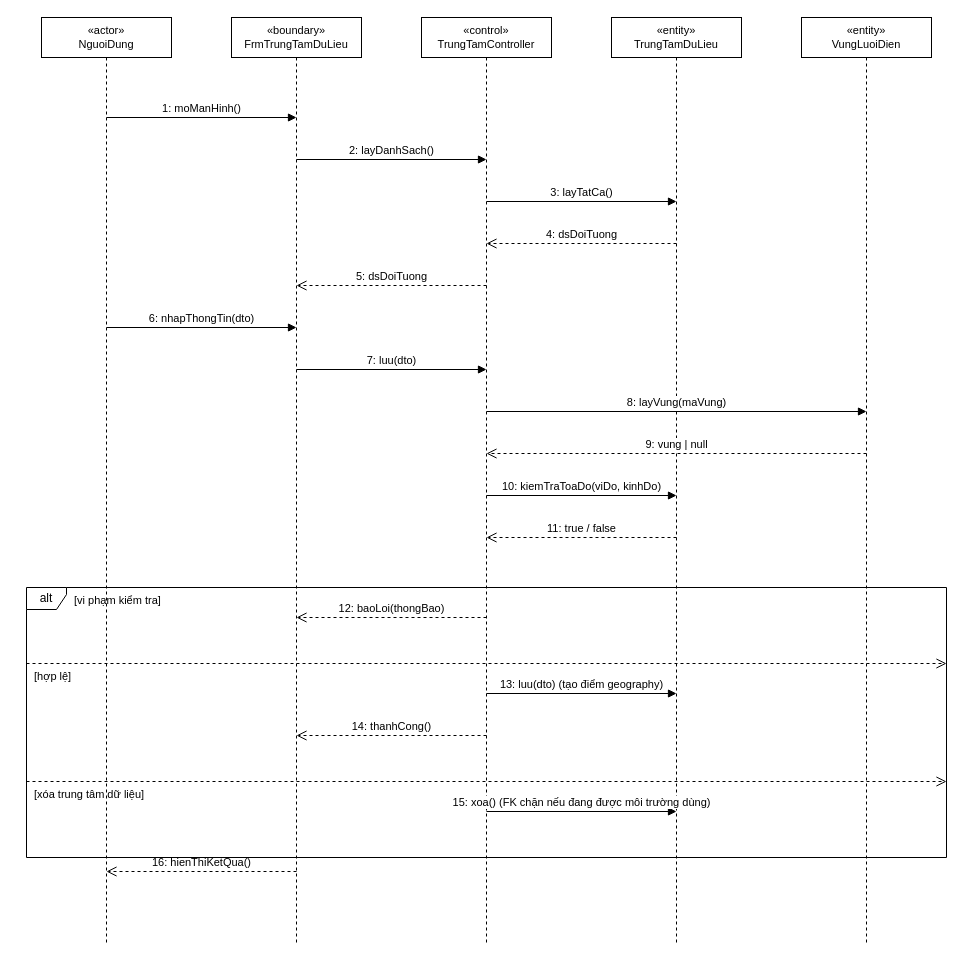
Before: docs/diagrams/03_TuanTu/UC_GD_007_Sequence_QuanLyTrungTamDuLieu.drawio in TranThienNhan8279/GreenDash, a draw.io diagram. Source tidied: cells renumbered, new cells numbered last; positions are measured from the earlier drawing's top-left corner, leaving out a move shared by most shapes. Both pictures are drawn from the tidied source at 100%, with x=0, y=0 at pixel (26, 17).
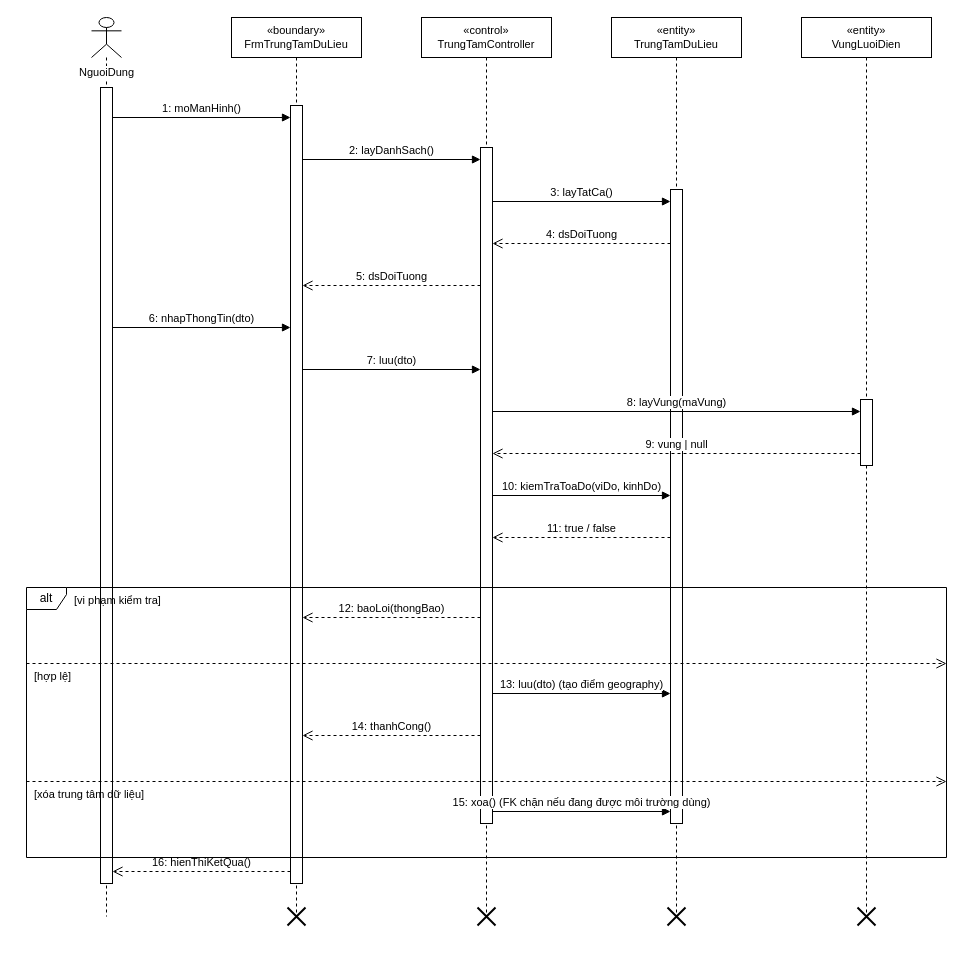
After the change.

What changed in the source:
```diff
@@
-    <mxCell id="2" value="«actor»&lt;br&gt;NguoiDung" style="shape=umlLifeline;perimeter=lifelinePerimeter;whiteSpace=wrap;html=1;fontSize=11;" parent="1" vertex="1">
-      <mxGeometry x="15" width="130" height="926" as="geometry" />
+    <mxCell id="2" value="NguoiDung" style="shape=umlLifeline;participant=umlActor;verticalAlign=top;spacingTop=42;labelBackgroundColor=#ffffff;perimeter=lifelinePerimeter;whiteSpace=nowrap;html=1;fontSize=11;" parent="1" vertex="1">
+      <mxGeometry x="65" width="30" height="899" as="geometry" />
     </mxCell>
     <mxCell id="3" value="«boundary»&lt;br&gt;FrmTrungTamDuLieu" style="shape=umlLifeline;perimeter=lifelinePerimeter;whiteSpace=wrap;html=1;fontSize=11;" parent="1" vertex="1">
-      <mxGeometry x="205" width="130" height="926" as="geometry" />
+      <mxGeometry x="205" width="130" height="899" as="geometry" />
     </mxCell>
     <mxCell id="4" value="«control»&lt;br&gt;TrungTamController" style="shape=umlLifeline;perimeter=lifelinePerimeter;whiteSpace=wrap;html=1;fontSize=11;" parent="1" vertex="1">
-      <mxGeometry x="395" width="130" height="926" as="geometry" />
+      <mxGeometry x="395" width="130" height="899" as="geometry" />
     </mxCell>
     <mxCell id="5" value="«entity»&lt;br&gt;TrungTamDuLieu" style="shape=umlLifeline;perimeter=lifelinePerimeter;whiteSpace=wrap;html=1;fontSize=11;" parent="1" vertex="1">
-      <mxGeometry x="585" width="130" height="926" as="geometry" />
+      <mxGeometry x="585" width="130" height="899" as="geometry" />
     </mxCell>
     <mxCell id="6" value="«entity»&lt;br&gt;VungLuoiDien" style="shape=umlLifeline;perimeter=lifelinePerimeter;whiteSpace=wrap;html=1;fontSize=11;" parent="1" vertex="1">
-      <mxGeometry x="775" width="130" height="926" as="geometry" />
+      <mxGeometry x="775" width="130" height="899" as="geometry" />
     </mxCell>
+    <mxCell id="29" style="html=1;perimeter=orthogonalPerimeter;fillColor=#ffffff;strokeColor=#000000;" parent="1" vertex="1">
+      <mxGeometry x="74" y="70" width="12" height="796" as="geometry" />
+    </mxCell>
+    <mxCell id="30" style="html=1;perimeter=orthogonalPerimeter;fillColor=#ffffff;strokeColor=#000000;" parent="1" vertex="1">
+      <mxGeometry x="264" y="88" width="12" height="778" as="geometry" />
+    </mxCell>
+    <mxCell id="31" style="shape=umlDestroy;html=1;strokeWidth=2;strokeColor=#000000;" parent="1" vertex="1">
+      <mxGeometry x="261" y="890" width="18" height="18" as="geometry" />
+    </mxCell>
+    <mxCell id="32" style="html=1;perimeter=orthogonalPerimeter;fillColor=#ffffff;strokeColor=#000000;" parent="1" vertex="1">
+      <mxGeometry x="454" y="130" width="12" height="676" as="geometry" />
+    </mxCell>
+    <mxCell id="33" style="shape=umlDestroy;html=1;strokeWidth=2;strokeColor=#000000;" parent="1" vertex="1">
+      <mxGeometry x="451" y="890" width="18" height="18" as="geometry" />
+    </mxCell>
+    <mxCell id="34" style="html=1;perimeter=orthogonalPerimeter;fillColor=#ffffff;strokeColor=#000000;" parent="1" vertex="1">
+      <mxGeometry x="644" y="172" width="12" height="634" as="geometry" />
+    </mxCell>
+    <mxCell id="35" style="shape=umlDestroy;html=1;strokeWidth=2;strokeColor=#000000;" parent="1" vertex="1">
+      <mxGeometry x="641" y="890" width="18" height="18" as="geometry" />
+    </mxCell>
+    <mxCell id="36" style="html=1;perimeter=orthogonalPerimeter;fillColor=#ffffff;strokeColor=#000000;" parent="1" vertex="1">
+      <mxGeometry x="834" y="382" width="12" height="66" as="geometry" />
+    </mxCell>
+    <mxCell id="37" style="shape=umlDestroy;html=1;strokeWidth=2;strokeColor=#000000;" parent="1" vertex="1">
+      <mxGeometry x="831" y="890" width="18" height="18" as="geometry" />
+    </mxCell>
     <mxCell id="7" value="1: moManHinh()" style="html=1;verticalAlign=bottom;endArrow=block;endFill=1;" parent="1" edge="1">
       <mxGeometry relative="1" as="geometry">
-        <mxPoint x="80" y="100" as="sourcePoint" />
-        <mxPoint x="270" y="100" as="targetPoint" />
+        <mxPoint x="86" y="100" as="sourcePoint" />
+        <mxPoint x="264" y="100" as="targetPoint" />
       </mxGeometry>
     </mxCell>
     <mxCell id="8" value="2: layDanhSach()" style="html=1;verticalAlign=bottom;endArrow=block;endFill=1;" parent="1" edge="1">
       <mxGeometry relative="1" as="geometry">
-        <mxPoint x="270" y="142" as="sourcePoint" />
-        <mxPoint x="460" y="142" as="targetPoint" />
+        <mxPoint x="276" y="142" as="sourcePoint" />
+        <mxPoint x="454" y="142" as="targetPoint" />
       </mxGeometry>
     </mxCell>
     <mxCell id="9" value="3: layTatCa()" style="html=1;verticalAlign=bottom;endArrow=block;endFill=1;" parent="1" edge="1">
       <mxGeometry relative="1" as="geometry">
-        <mxPoint x="460" y="184" as="sourcePoint" />
-        <mxPoint x="650" y="184" as="targetPoint" />
+        <mxPoint x="466" y="184" as="sourcePoint" />
+        <mxPoint x="644" y="184" as="targetPoint" />
       </mxGeometry>
     </mxCell>
     <mxCell id="10" value="4: dsDoiTuong" style="html=1;verticalAlign=bottom;endArrow=open;endSize=8;dashed=1;" parent="1" edge="1">
       <mxGeometry relative="1" as="geometry">
-        <mxPoint x="650" y="226" as="sourcePoint" />
-        <mxPoint x="460" y="226" as="targetPoint" />
+        <mxPoint x="644" y="226" as="sourcePoint" />
+        <mxPoint x="466" y="226" as="targetPoint" />
       </mxGeometry>
     </mxCell>
     <mxCell id="11" value="5: dsDoiTuong" style="html=1;verticalAlign=bottom;endArrow=open;endSize=8;dashed=1;" parent="1" edge="1">
       <mxGeometry relative="1" as="geometry">
-        <mxPoint x="460" y="268" as="sourcePoint" />
-        <mxPoint x="270" y="268" as="targetPoint" />
+        <mxPoint x="454" y="268" as="sourcePoint" />
+        <mxPoint x="276" y="268" as="targetPoint" />
       </mxGeometry>
     </mxCell>
     <mxCell id="12" value="6: nhapThongTin(dto)" style="html=1;verticalAlign=bottom;endArrow=block;endFill=1;" parent="1" edge="1">
       <mxGeometry relative="1" as="geometry">
-        <mxPoint x="80" y="310" as="sourcePoint" />
-        <mxPoint x="270" y="310" as="targetPoint" />
+        <mxPoint x="86" y="310" as="sourcePoint" />
+        <mxPoint x="264" y="310" as="targetPoint" />
       </mxGeometry>
     </mxCell>
     <mxCell id="13" value="7: luu(dto)" style="html=1;verticalAlign=bottom;endArrow=block;endFill=1;" parent="1" edge="1">
       <mxGeometry relative="1" as="geometry">
-        <mxPoint x="270" y="352" as="sourcePoint" />
-        <mxPoint x="460" y="352" as="targetPoint" />
+        <mxPoint x="276" y="352" as="sourcePoint" />
+        <mxPoint x="454" y="352" as="targetPoint" />
       </mxGeometry>
     </mxCell>
     <mxCell id="14" value="8: layVung(maVung)" style="html=1;verticalAlign=bottom;endArrow=block;endFill=1;" parent="1" edge="1">
       <mxGeometry relative="1" as="geometry">
-        <mxPoint x="460" y="394" as="sourcePoint" />
-        <mxPoint x="840" y="394" as="targetPoint" />
+        <mxPoint x="466" y="394" as="sourcePoint" />
+        <mxPoint x="834" y="394" as="targetPoint" />
       </mxGeometry>
     </mxCell>
     <mxCell id="15" value="9: vung | null" style="html=1;verticalAlign=bottom;endArrow=open;endSize=8;dashed=1;" parent="1" edge="1">
       <mxGeometry relative="1" as="geometry">
-        <mxPoint x="840" y="436" as="sourcePoint" />
-        <mxPoint x="460" y="436" as="targetPoint" />
+        <mxPoint x="834" y="436" as="sourcePoint" />
+        <mxPoint x="466" y="436" as="targetPoint" />
       </mxGeometry>
     </mxCell>
     <mxCell id="16" value="10: kiemTraToaDo(viDo, kinhDo)" style="html=1;verticalAlign=bottom;endArrow=block;endFill=1;" parent="1" edge="1">
       <mxGeometry relative="1" as="geometry">
-        <mxPoint x="460" y="478" as="sourcePoint" />
-        <mxPoint x="650" y="478" as="targetPoint" />
+        <mxPoint x="466" y="478" as="sourcePoint" />
+        <mxPoint x="644" y="478" as="targetPoint" />
       </mxGeometry>
     </mxCell>
     <mxCell id="17" value="11: true / false" style="html=1;verticalAlign=bottom;endArrow=open;endSize=8;dashed=1;" parent="1" edge="1">
       <mxGeometry relative="1" as="geometry">
-        <mxPoint x="650" y="520" as="sourcePoint" />
-        <mxPoint x="460" y="520" as="targetPoint" />
+        <mxPoint x="644" y="520" as="sourcePoint" />
+        <mxPoint x="466" y="520" as="targetPoint" />
       </mxGeometry>
     </mxCell>
     <mxCell id="18" value="12: baoLoi(thongBao)" style="html=1;verticalAlign=bottom;endArrow=open;endSize=8;dashed=1;" parent="1" edge="1">
       <mxGeometry relative="1" as="geometry">
-        <mxPoint x="460" y="600" as="sourcePoint" />
-        <mxPoint x="270" y="600" as="targetPoint" />
+        <mxPoint x="454" y="600" as="sourcePoint" />
+        <mxPoint x="276" y="600" as="targetPoint" />
       </mxGeometry>
     </mxCell>
     <mxCell id="19" value="13: luu(dto)  (tạo điểm geography)" style="html=1;verticalAlign=bottom;endArrow=block;endFill=1;" parent="1" edge="1">
       <mxGeometry relative="1" as="geometry">
-        <mxPoint x="460" y="676" as="sourcePoint" />
-        <mxPoint x="650" y="676" as="targetPoint" />
+        <mxPoint x="466" y="676" as="sourcePoint" />
+        <mxPoint x="644" y="676" as="targetPoint" />
       </mxGeometry>
     </mxCell>
     <mxCell id="20" value="14: thanhCong()" style="html=1;verticalAlign=bottom;endArrow=open;endSize=8;dashed=1;" parent="1" edge="1">
       <mxGeometry relative="1" as="geometry">
-        <mxPoint x="460" y="718" as="sourcePoint" />
-        <mxPoint x="270" y="718" as="targetPoint" />
+        <mxPoint x="454" y="718" as="sourcePoint" />
+        <mxPoint x="276" y="718" as="targetPoint" />
       </mxGeometry>
     </mxCell>
     <mxCell id="21" value="15: xoa()  (FK chặn nếu đang được môi trường dùng)" style="html=1;verticalAlign=bottom;endArrow=block;endFill=1;" parent="1" edge="1">
       <mxGeometry relative="1" as="geometry">
-        <mxPoint x="460" y="794" as="sourcePoint" />
-        <mxPoint x="650" y="794" as="targetPoint" />
+        <mxPoint x="466" y="794" as="sourcePoint" />
+        <mxPoint x="644" y="794" as="targetPoint" />
       </mxGeometry>
     </mxCell>
     <mxCell id="22" value="16: hienThiKetQua()" style="html=1;verticalAlign=bottom;endArrow=open;endSize=8;dashed=1;" parent="1" edge="1">
       <mxGeometry relative="1" as="geometry">
-        <mxPoint x="270" y="854" as="sourcePoint" />
-        <mxPoint x="80" y="854" as="targetPoint" />
+        <mxPoint x="264" y="854" as="sourcePoint" />
+        <mxPoint x="86" y="854" as="targetPoint" />
       </mxGeometry>
     </mxCell>
```
